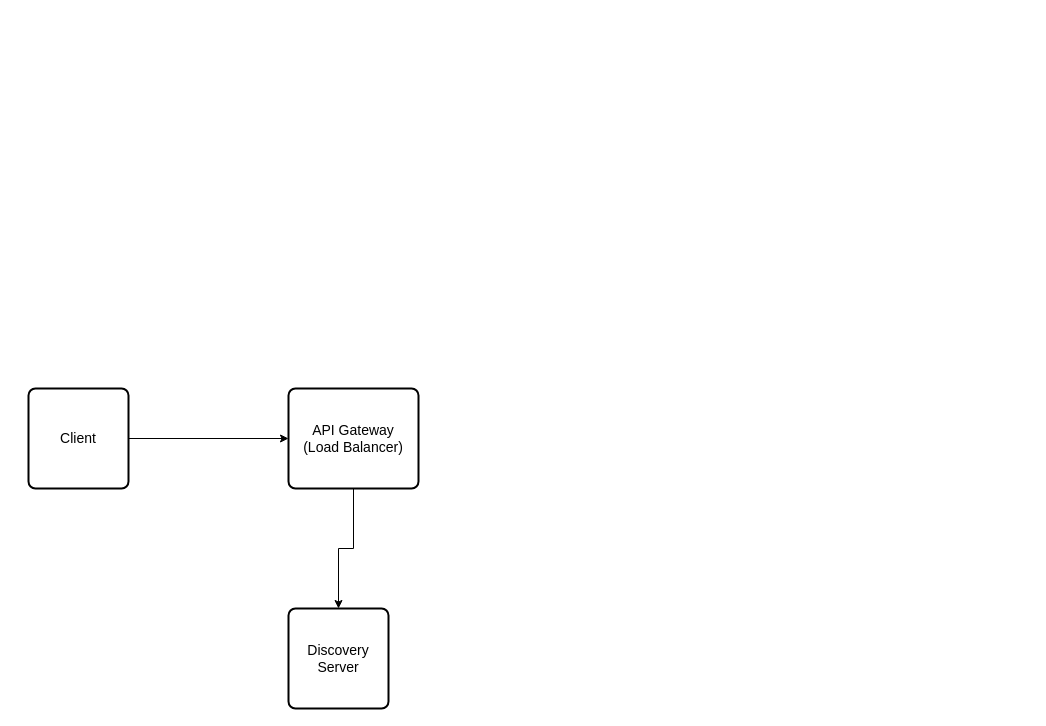
Earlier version of the draw.io diagram MicroServiceArchitecture.drawio (durgeshpatel7317/diagrams). Source tidied: cells renumbered, new cells numbered last; positions are measured from the earlier drawing's top-left corner, leaving out a move shared by most shapes. Both pictures are drawn from the tidied source at 100%, with x=0, y=0 at pixel (28, 388).
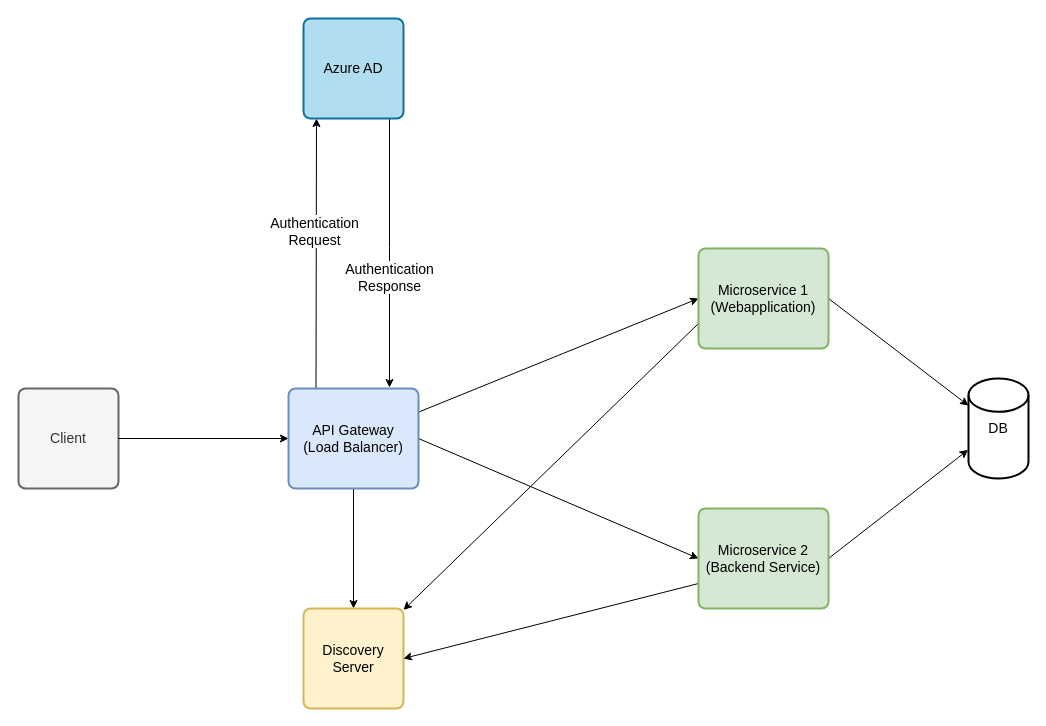
The same page after the edit.

Diff of the diagram source:
```diff
@@
-    <mxCell id="2" value="&lt;font style=&quot;font-size: 14px;&quot;&gt;Client&lt;/font&gt;" style="rounded=1;whiteSpace=wrap;html=1;absoluteArcSize=1;arcSize=14;strokeWidth=2;" parent="1" vertex="1">
-      <mxGeometry width="100" height="100" as="geometry" />
+    <mxCell id="2" value="&lt;font style=&quot;font-size: 14px;&quot;&gt;Client&lt;/font&gt;" style="rounded=1;whiteSpace=wrap;html=1;absoluteArcSize=1;arcSize=14;strokeWidth=2;fillColor=#f5f5f5;fontColor=#333333;strokeColor=#666666;" parent="1" vertex="1">
+      <mxGeometry x="-10" width="100" height="100" as="geometry" />
     </mxCell>
@@
+    <mxCell id="7" style="rounded=0;jettySize=auto;html=1;entryX=0;entryY=0.5;entryDx=0;entryDy=0;fontSize=14;" parent="1" edge="1" source="5" target="16">
+      <mxGeometry relative="1" as="geometry" />
+    </mxCell>
+    <mxCell id="8" style="edgeStyle=none;rounded=0;jettySize=auto;html=1;exitX=1;exitY=0.5;exitDx=0;exitDy=0;entryX=0;entryY=0.5;entryDx=0;entryDy=0;fontSize=14;" parent="1" edge="1" source="5" target="13">
+      <mxGeometry relative="1" as="geometry" />
+    </mxCell>
+    <mxCell id="9" style="edgeStyle=none;rounded=0;orthogonalLoop=1;jettySize=auto;html=1;exitX=0.25;exitY=0;exitDx=0;exitDy=0;entryX=0.25;entryY=1;entryDx=0;entryDy=0;fontSize=14;" parent="1" edge="1">
+      <mxGeometry relative="1" as="geometry">
+        <mxPoint x="287.5" as="sourcePoint" />
+        <mxPoint x="288" y="-270" as="targetPoint" />
+      </mxGeometry>
+    </mxCell>
+    <mxCell id="10" value="Authentication&lt;br&gt;Request" style="edgeLabel;html=1;align=center;verticalAlign=middle;fontSize=14;" parent="9" vertex="1">
+      <mxGeometry x="0.16" y="2" relative="1" as="geometry" />
+    </mxCell>
-    <mxCell id="5" value="&lt;font style=&quot;font-size: 14px;&quot;&gt;API Gateway&lt;br&gt;(Load Balancer)&lt;/font&gt;" style="rounded=1;whiteSpace=wrap;html=1;absoluteArcSize=1;arcSize=14;strokeWidth=2;" parent="1" vertex="1">
+    <mxCell id="5" value="&lt;font style=&quot;font-size: 14px;&quot;&gt;API Gateway&lt;br&gt;(Load Balancer)&lt;/font&gt;" style="rounded=1;whiteSpace=wrap;html=1;absoluteArcSize=1;arcSize=14;strokeWidth=2;fillColor=#dae8fc;strokeColor=#6c8ebf;" parent="1" vertex="1">
       <mxGeometry x="260" width="130" height="100" as="geometry" />
     </mxCell>
-    <mxCell id="6" value="Discovery Server" style="rounded=1;whiteSpace=wrap;html=1;absoluteArcSize=1;arcSize=14;strokeWidth=2;fontSize=14;" parent="1" vertex="1">
-      <mxGeometry x="260" y="220" width="100" height="100" as="geometry" />
+    <mxCell id="6" value="Discovery Server" style="rounded=1;whiteSpace=wrap;html=1;absoluteArcSize=1;arcSize=14;strokeWidth=2;fontSize=14;fillColor=#fff2cc;strokeColor=#d6b656;" parent="1" vertex="1">
+      <mxGeometry x="275" y="220" width="100" height="100" as="geometry" />
     </mxCell>
+    <mxCell id="11" style="edgeStyle=none;rounded=0;jettySize=auto;html=1;exitX=0;exitY=0.75;exitDx=0;exitDy=0;entryX=1;entryY=0.5;entryDx=0;entryDy=0;fontSize=14;" parent="1" edge="1" source="13" target="6">
+      <mxGeometry relative="1" as="geometry" />
+    </mxCell>
+    <mxCell id="12" style="edgeStyle=none;rounded=0;jettySize=auto;html=1;exitX=1;exitY=0.5;exitDx=0;exitDy=0;entryX=-0.007;entryY=0.714;entryDx=0;entryDy=0;entryPerimeter=0;fontSize=14;" parent="1" edge="1" source="13" target="20">
+      <mxGeometry relative="1" as="geometry" />
+    </mxCell>
+    <mxCell id="13" value="&lt;span style=&quot;font-size: 14px;&quot;&gt;Microservice 2&lt;br&gt;(Backend Service)&lt;br&gt;&lt;/span&gt;" style="rounded=1;whiteSpace=wrap;html=1;absoluteArcSize=1;arcSize=14;strokeWidth=2;fillColor=#d5e8d4;strokeColor=#82b366;" parent="1" vertex="1">
+      <mxGeometry x="670" y="120" width="130" height="100" as="geometry" />
+    </mxCell>
+    <mxCell id="14" style="edgeStyle=none;rounded=0;jettySize=auto;html=1;exitX=0;exitY=0.75;exitDx=0;exitDy=0;fontSize=14;" parent="1" edge="1" source="16" target="6">
+      <mxGeometry relative="1" as="geometry" />
+    </mxCell>
+    <mxCell id="15" style="edgeStyle=none;rounded=0;jettySize=auto;html=1;exitX=1;exitY=0.5;exitDx=0;exitDy=0;fontSize=14;" parent="1" edge="1" source="16" target="20">
+      <mxGeometry relative="1" as="geometry" />
+    </mxCell>
+    <mxCell id="16" value="&lt;span style=&quot;font-size: 14px;&quot;&gt;Microservice 1 (Webapplication)&lt;/span&gt;" style="rounded=1;whiteSpace=wrap;html=1;absoluteArcSize=1;arcSize=14;strokeWidth=2;fillColor=#d5e8d4;strokeColor=#82b366;" parent="1" vertex="1">
+      <mxGeometry x="670" y="-140" width="130" height="100" as="geometry" />
+    </mxCell>
+    <mxCell id="17" style="edgeStyle=none;rounded=0;orthogonalLoop=1;jettySize=auto;html=1;entryX=0.5;entryY=0;entryDx=0;entryDy=0;fontSize=14;" parent="1" edge="1">
+      <mxGeometry relative="1" as="geometry">
+        <mxPoint x="361" y="-271" as="sourcePoint" />
+        <mxPoint x="361" y="-1" as="targetPoint" />
+        <Array as="points">
+          <mxPoint x="361" y="-141" />
+        </Array>
+      </mxGeometry>
+    </mxCell>
+    <mxCell id="18" value="Authentication&lt;br&gt;Response" style="edgeLabel;html=1;align=center;verticalAlign=middle;fontSize=14;" parent="17" vertex="1">
+      <mxGeometry x="0.18" y="-1" relative="1" as="geometry" />
+    </mxCell>
+    <mxCell id="19" value="Azure AD" style="rounded=1;whiteSpace=wrap;html=1;absoluteArcSize=1;arcSize=14;strokeWidth=2;fontSize=14;fillColor=#b1ddf0;strokeColor=#10739e;" parent="1" vertex="1">
+      <mxGeometry x="275" y="-370" width="100" height="100" as="geometry" />
+    </mxCell>
+    <mxCell id="20" value="DB" style="strokeWidth=2;html=1;shape=mxgraph.flowchart.database;whiteSpace=wrap;fontSize=14;" parent="1" vertex="1">
+      <mxGeometry x="940" y="-10" width="60" height="100" as="geometry" />
+    </mxCell>
```
